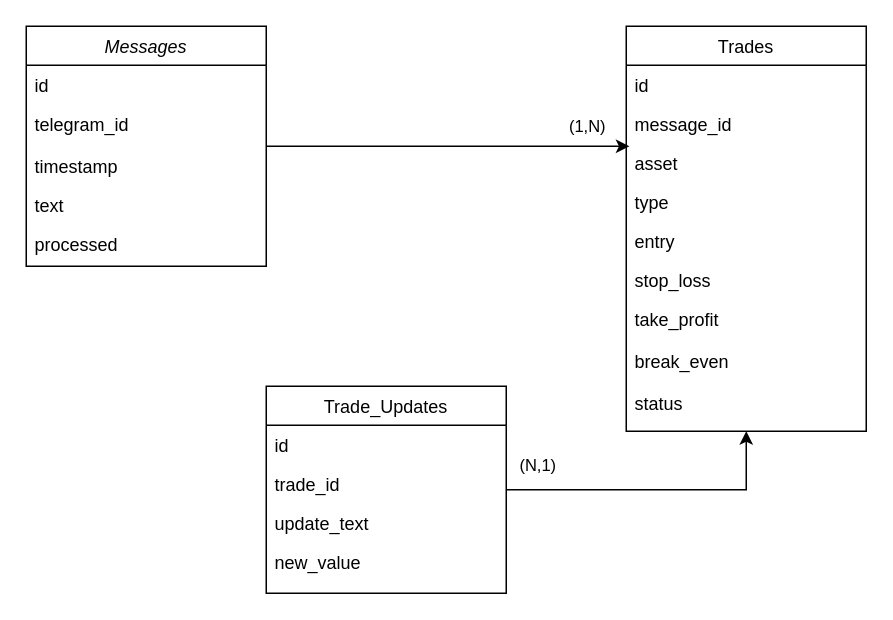
The draw.io diagram MT5-Python-GPT/DataModel-SmartTradeAnalyzer.drawio in LorenzoMaraspin/MT-EA-Indicators, before the edit. Source tidied: cells renumbered, new cells numbered last; positions are measured from the earlier drawing's top-left corner, leaving out a move shared by most shapes. Both pictures are drawn from the tidied source at 150%, with x=0, y=0 at pixel (26, 26).
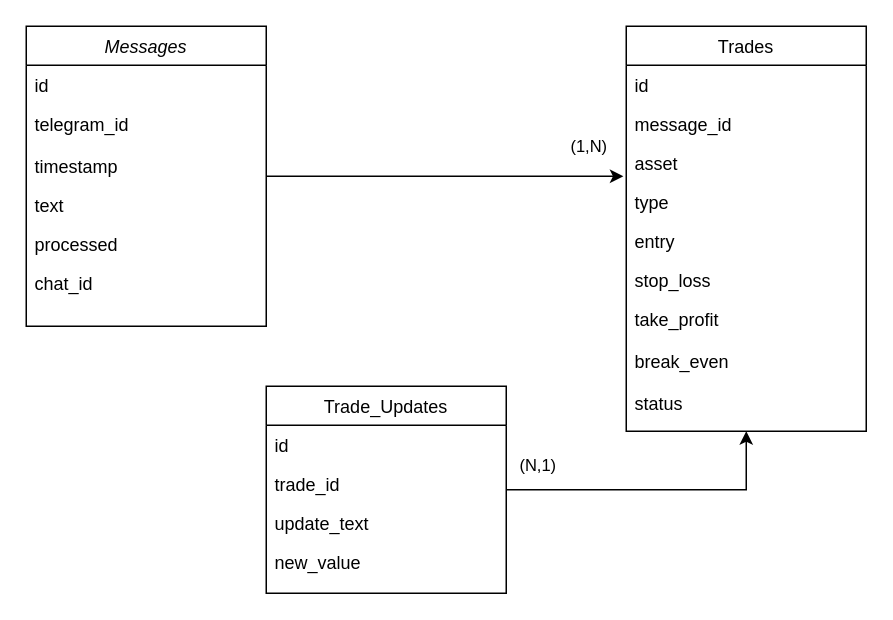
After the change.

The change refers to these unchanged cells:
```xml
<mxCell id="18" value="asset" style="text;align=left;verticalAlign=top;spacingLeft=4;spacingRight=4;overflow=hidden;points=[[0,0.5],[1,0.5]];portConstraint=eastwest;rounded=0;shadow=0;html=0;" parent="15" vertex="1">
  <mxGeometry y="78" width="160" height="26" as="geometry" />
</mxCell>
<mxCell id="19" value="type" style="text;align=left;verticalAlign=top;spacingLeft=4;spacingRight=4;overflow=hidden;points=[[0,0.5],[1,0.5]];portConstraint=eastwest;rounded=0;shadow=0;html=0;" parent="15" vertex="1">
  <mxGeometry y="104" width="160" height="26" as="geometry" />
</mxCell>
```

Diff of the diagram source:
```diff
@@
     <mxCell id="2" value="Messages" style="swimlane;fontStyle=2;align=center;verticalAlign=top;horizontal=1;startSize=26;rounded=0;shadow=0;strokeWidth=1;" parent="1" vertex="1">
-      <mxGeometry width="160" height="160" as="geometry" />
+      <mxGeometry width="160" height="200" as="geometry" />
     </mxCell>
@@
+    <mxCell id="27" value="chat_id" style="text;align=left;verticalAlign=top;spacingLeft=4;spacingRight=4;overflow=hidden;rounded=0;shadow=0;html=0;" parent="2" vertex="1">
+      <mxGeometry y="158" width="160" height="26" as="geometry" />
+    </mxCell>
@@
-    <mxCell id="25" style="edgeStyle=orthogonalEdgeStyle;rounded=0;jettySize=auto;html=1;entryX=0.013;entryY=0.077;entryDx=0;entryDy=0;entryPerimeter=0;" parent="1" edge="1" source="2" target="18">
-      <mxGeometry relative="1" as="geometry" />
-    </mxCell>
+    <mxCell id="28" style="edgeStyle=orthogonalEdgeStyle;rounded=0;jettySize=auto;html=1;entryX=-0.012;entryY=-0.154;entryDx=0;entryDy=0;entryPerimeter=0;" parent="1" edge="1" source="2" target="19">
+      <mxGeometry relative="1" as="geometry" />
+    </mxCell>
-    <mxCell id="26" value="(1,N)" style="edgeLabel;html=1;align=center;verticalAlign=middle;" parent="25" vertex="1">
-      <mxGeometry x="-0.03" y="-2" relative="1" as="geometry">
-        <mxPoint x="96" y="-16" as="offset" />
+    <mxCell id="26" value="(1,N)" style="edgeLabel;html=1;align=center;verticalAlign=middle;" parent="28" vertex="1">
+      <mxGeometry x="0.04" y="-1" relative="1" as="geometry">
+        <mxPoint x="90" y="-21" as="offset" />
       </mxGeometry>
     </mxCell>
```
